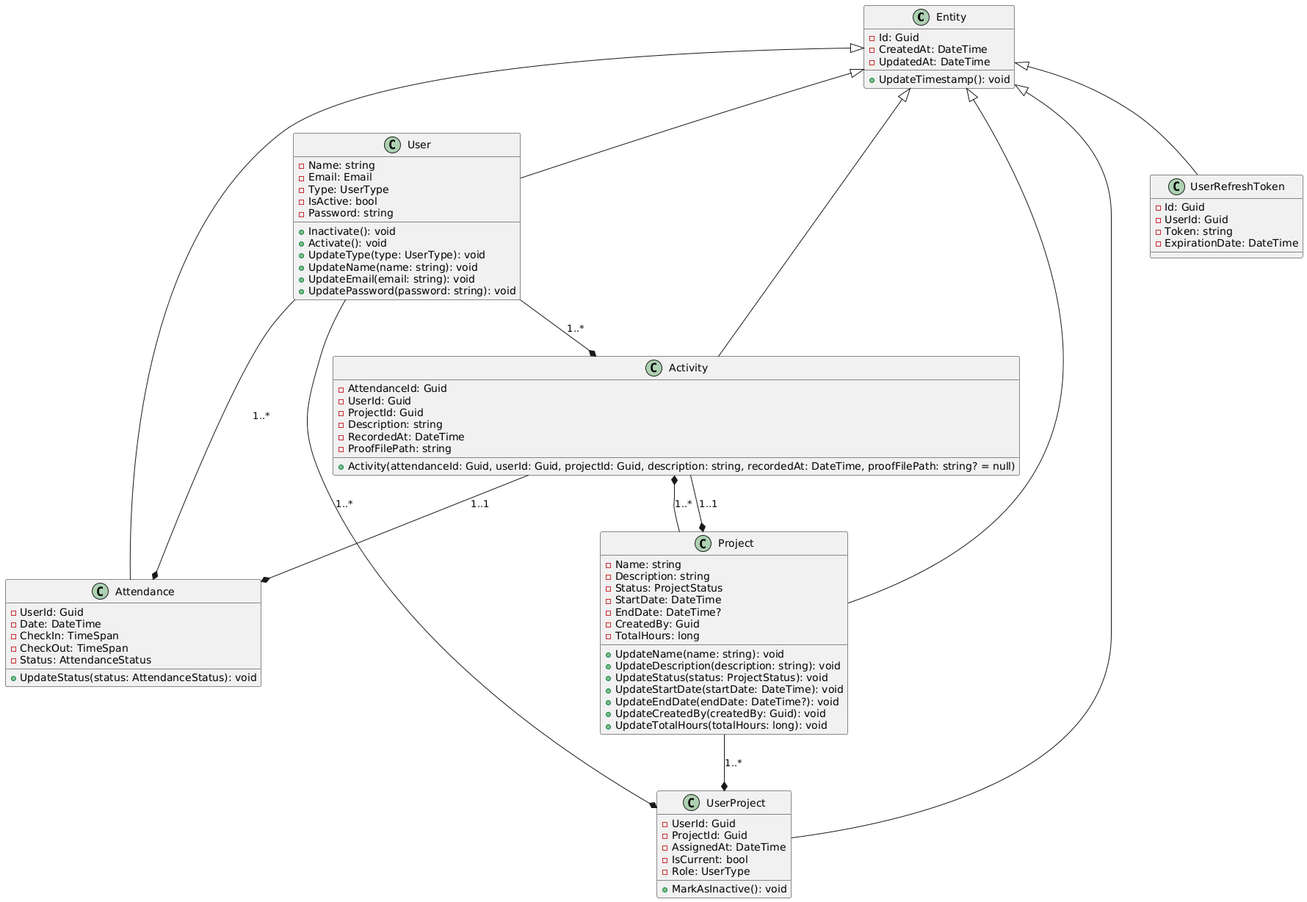
Allysonfreitas210695/PontoEstagio keeps this PlantUML diagram as docs/diagrama_classe/diagrama_classe.png. Above is the earlier version. Source of this version:
```plantuml
@startuml
class Entity {
    -Id: Guid
    -CreatedAt: DateTime
    -UpdatedAt: DateTime
    +UpdateTimestamp(): void
}

class Activity {
    -AttendanceId: Guid
    -UserId: Guid
    -ProjectId: Guid
    -Description: string
    -RecordedAt: DateTime
    -ProofFilePath: string
    +Activity(attendanceId: Guid, userId: Guid, projectId: Guid, description: string, recordedAt: DateTime, proofFilePath: string? = null)
}

class Attendance {
    -UserId: Guid
    -Date: DateTime
    -CheckIn: TimeSpan
    -CheckOut: TimeSpan
    -Status: AttendanceStatus
    +UpdateStatus(status: AttendanceStatus): void
}

class Project {
    -Name: string
    -Description: string
    -Status: ProjectStatus
    -StartDate: DateTime
    -EndDate: DateTime?
    -CreatedBy: Guid
    -TotalHours: long
    +UpdateName(name: string): void
    +UpdateDescription(description: string): void
    +UpdateStatus(status: ProjectStatus): void
    +UpdateStartDate(startDate: DateTime): void
    +UpdateEndDate(endDate: DateTime?): void
    +UpdateCreatedBy(createdBy: Guid): void
    +UpdateTotalHours(totalHours: long): void
}

class User {
    -Name: string
    -Email: Email
    -Type: UserType
    -IsActive: bool
    -Password: string
    +Inactivate(): void
    +Activate(): void
    +UpdateType(type: UserType): void
    +UpdateName(name: string): void
    +UpdateEmail(email: string): void
    +UpdatePassword(password: string): void
}

class UserProject {
    -UserId: Guid
    -ProjectId: Guid
    -AssignedAt: DateTime
    -IsCurrent: bool
    -Role: UserType
    +MarkAsInactive(): void
}

class UserRefreshToken {
    -Id: Guid
    -UserId: Guid
    -Token: string
    -ExpirationDate: DateTime
}

Entity <|-- Activity
Entity <|-- Attendance
Entity <|-- Project
Entity <|-- User
Entity <|-- UserProject
Entity <|-- UserRefreshToken

User --* Activity : "1..*"
User --* Attendance : "1..*"
User --* UserProject : "1..*"
Project --* Activity : "1..*"
Project --* UserProject : "1..*"
Activity --* Attendance : "1..1"
Activity --* Project : "1..1"
@enduml
```
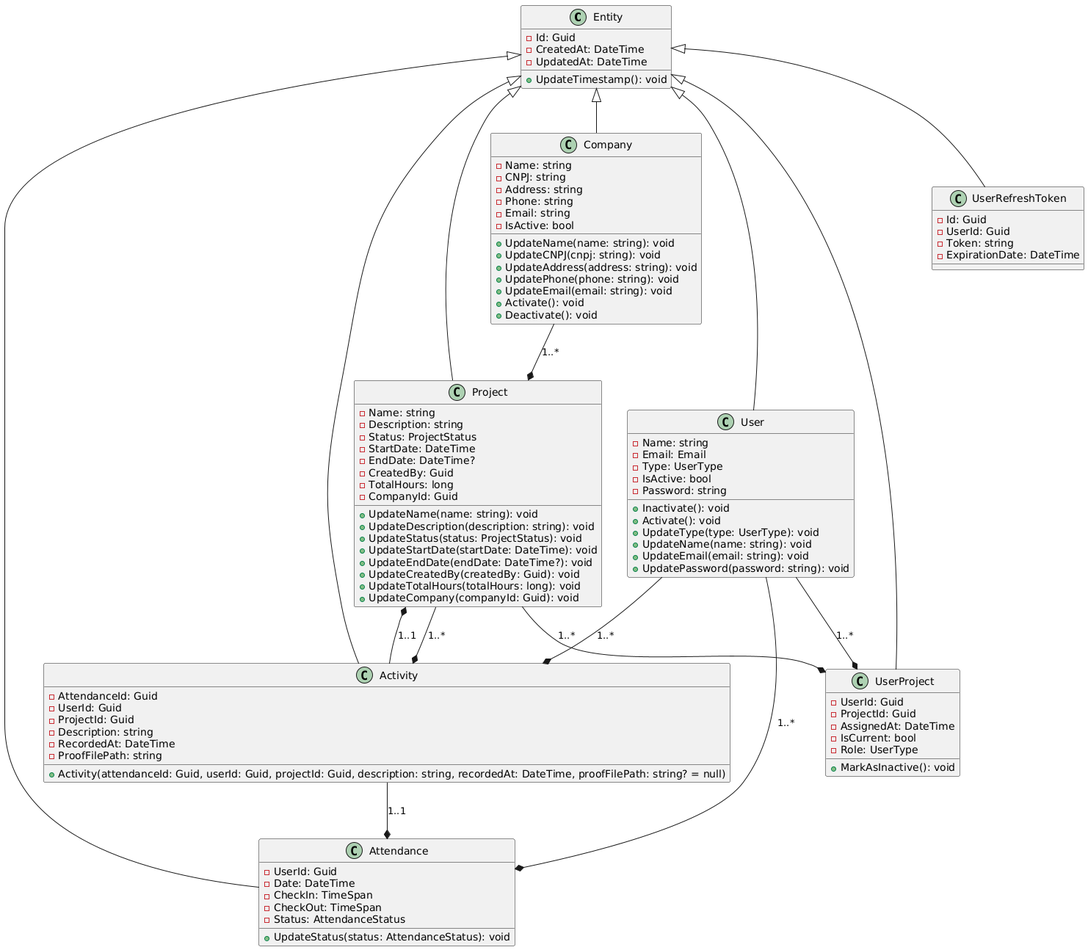
The same diagram one commit later.

Commit message:
chore(docs): ajustando diagramas lógico e de classe

The edit, as a diff of the source:
```diff
@@ -4,6 +4,22 @@
     -CreatedAt: DateTime
     -UpdatedAt: DateTime
     +UpdateTimestamp(): void
+}
+
+class Company {
+    -Name: string
+    -CNPJ: string
+    -Address: string
+    -Phone: string
+    -Email: string
+    -IsActive: bool
+    +UpdateName(name: string): void
+    +UpdateCNPJ(cnpj: string): void
+    +UpdateAddress(address: string): void
+    +UpdatePhone(phone: string): void
+    +UpdateEmail(email: string): void
+    +Activate(): void
+    +Deactivate(): void
 }
 
 class Activity {
@@ -33,6 +49,7 @@
     -EndDate: DateTime?
     -CreatedBy: Guid
     -TotalHours: long
+    -CompanyId: Guid
     +UpdateName(name: string): void
     +UpdateDescription(description: string): void
     +UpdateStatus(status: ProjectStatus): void
@@ -40,6 +57,7 @@
     +UpdateEndDate(endDate: DateTime?): void
     +UpdateCreatedBy(createdBy: Guid): void
     +UpdateTotalHours(totalHours: long): void
+    +UpdateCompany(companyId: Guid): void
 }
 
 class User {
@@ -72,6 +90,7 @@
     -ExpirationDate: DateTime
 }
 
+Entity <|-- Company
 Entity <|-- Activity
 Entity <|-- Attendance
 Entity <|-- Project
@@ -84,6 +103,7 @@
 User --* UserProject : "1..*"
 Project --* Activity : "1..*"
 Project --* UserProject : "1..*"
+Company --* Project : "1..*"
 Activity --* Attendance : "1..1"
 Activity --* Project : "1..1"
 @enduml
```
